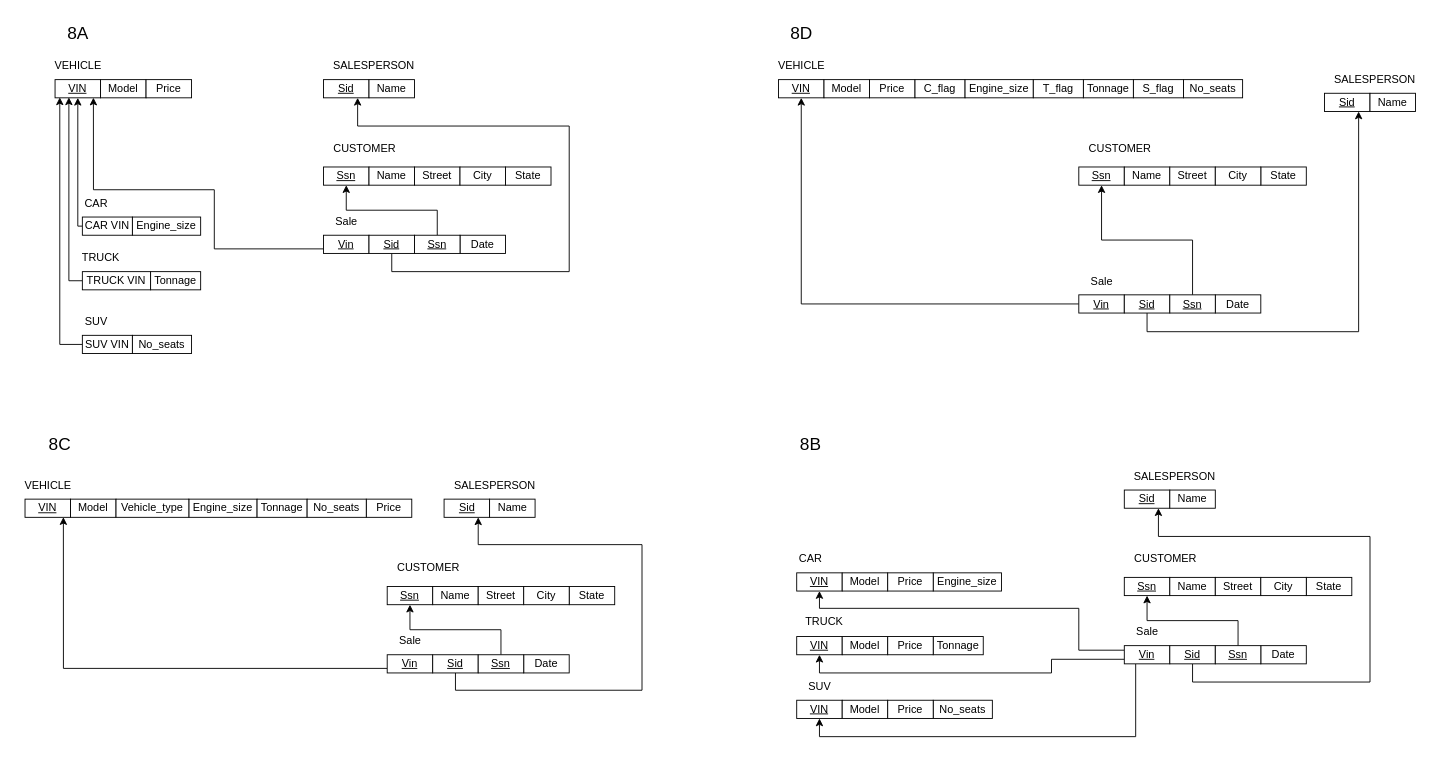
shivamdesai04/ENSF300 keeps this draw.io diagram as assignment3/Question2.drawio. Above is the earlier version. Source tidied: cells renumbered, new cells numbered last; positions are measured from the earlier drawing's top-left corner, leaving out a move shared by most shapes. Both pictures are drawn from the tidied source at 91%, with x=0, y=0 at pixel (15, 15).
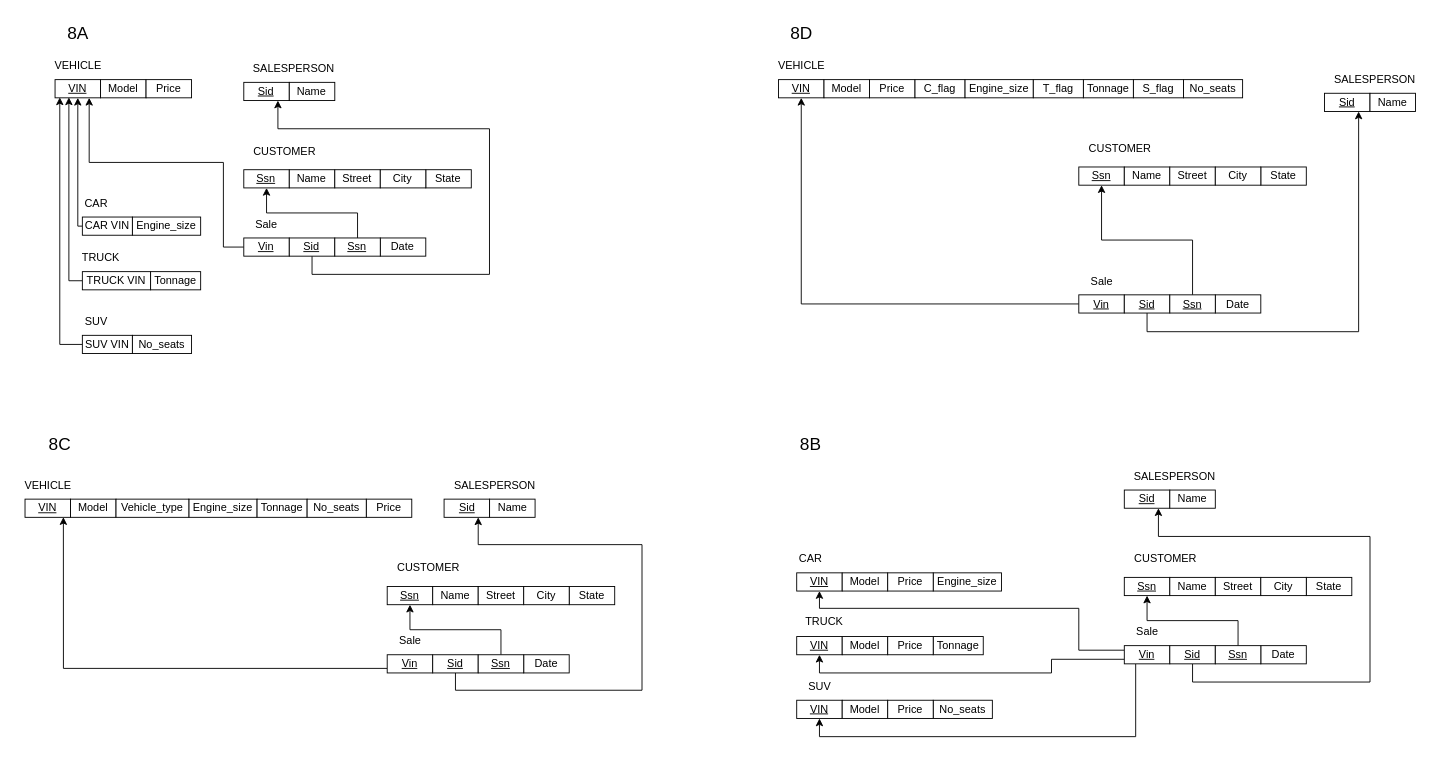
Above is the later version.

Unchanged cells that the change refers to:
```xml
<mxCell id="3" value="&lt;u&gt;VIN&lt;/u&gt;" style="whiteSpace=wrap;html=1;" parent="1" vertex="1">
  <mxGeometry x="43" y="70" width="50" height="20" as="geometry" />
</mxCell>
```

Change to the diagram source:
```diff
@@
     <mxCell id="6" value="&lt;u&gt;Sid&lt;/u&gt;" style="whiteSpace=wrap;html=1;" parent="1" vertex="1">
-      <mxGeometry x="338" y="70" width="50" height="20" as="geometry" />
+      <mxGeometry x="250.4" y="73" width="50" height="20" as="geometry" />
     </mxCell>
     <mxCell id="7" value="SALESPERSON" style="text;html=1;align=center;verticalAlign=middle;strokeColor=none;fillColor=none;" parent="1" vertex="1">
-      <mxGeometry x="338" y="40" width="110" height="30" as="geometry" />
+      <mxGeometry x="250.4" y="43" width="110" height="30" as="geometry" />
     </mxCell>
     <mxCell id="8" value="Name" style="whiteSpace=wrap;html=1;" parent="1" vertex="1">
-      <mxGeometry x="388" y="70" width="50" height="20" as="geometry" />
+      <mxGeometry x="300.4" y="73" width="50" height="20" as="geometry" />
     </mxCell>
@@
     <mxCell id="21" value="Date" style="whiteSpace=wrap;html=1;" parent="1" vertex="1">
-      <mxGeometry x="488" y="241" width="50" height="20" as="geometry" />
+      <mxGeometry x="400.4" y="244" width="50" height="20" as="geometry" />
     </mxCell>
     <mxCell id="22" value="CUSTOMER" style="text;html=1;align=center;verticalAlign=middle;strokeColor=none;fillColor=none;" parent="1" vertex="1">
-      <mxGeometry x="338" y="131" width="90" height="30" as="geometry" />
+      <mxGeometry x="250.4" y="134" width="90" height="30" as="geometry" />
     </mxCell>
     <mxCell id="23" value="&lt;u&gt;Ssn&lt;/u&gt;" style="whiteSpace=wrap;html=1;" parent="1" vertex="1">
-      <mxGeometry x="338" y="166" width="50" height="20" as="geometry" />
+      <mxGeometry x="250.4" y="169" width="50" height="20" as="geometry" />
     </mxCell>
     <mxCell id="24" value="Name" style="whiteSpace=wrap;html=1;" parent="1" vertex="1">
-      <mxGeometry x="388" y="166" width="50" height="20" as="geometry" />
+      <mxGeometry x="300.4" y="169" width="50" height="20" as="geometry" />
     </mxCell>
     <mxCell id="25" value="State" style="whiteSpace=wrap;html=1;" parent="1" vertex="1">
-      <mxGeometry x="538" y="166" width="50" height="20" as="geometry" />
+      <mxGeometry x="450.4" y="169" width="50" height="20" as="geometry" />
     </mxCell>
     <mxCell id="26" value="Street" style="whiteSpace=wrap;html=1;" parent="1" vertex="1">
-      <mxGeometry x="438" y="166" width="50" height="20" as="geometry" />
+      <mxGeometry x="350.4" y="169" width="50" height="20" as="geometry" />
     </mxCell>
     <mxCell id="27" value="City" style="whiteSpace=wrap;html=1;" parent="1" vertex="1">
-      <mxGeometry x="488" y="166" width="50" height="20" as="geometry" />
+      <mxGeometry x="400.4" y="169" width="50" height="20" as="geometry" />
     </mxCell>
     <mxCell id="28" value="Sale" style="text;html=1;align=center;verticalAlign=middle;strokeColor=none;fillColor=none;" parent="1" vertex="1">
-      <mxGeometry x="338" y="211" width="50" height="30" as="geometry" />
+      <mxGeometry x="250.4" y="214" width="50" height="30" as="geometry" />
     </mxCell>
-    <mxCell id="29" style="edgeStyle=orthogonalEdgeStyle;rounded=0;jettySize=auto;html=1;exitX=0;exitY=0.75;exitDx=0;exitDy=0;entryX=0.843;entryY=0.989;entryDx=0;entryDy=0;entryPerimeter=0;" parent="1" edge="1" source="30" target="3">
+    <mxCell id="29" style="edgeStyle=orthogonalEdgeStyle;rounded=0;jettySize=auto;html=1;exitX=0;exitY=0.5;exitDx=0;exitDy=0;entryX=0.75;entryY=1;entryDx=0;entryDy=0;" parent="1" edge="1" source="30" target="3">
       <mxGeometry relative="1" as="geometry">
         <Array as="points">
-          <mxPoint x="218" y="256" />
-          <mxPoint x="218" y="191" />
-          <mxPoint x="85" y="191" />
+          <mxPoint x="228" y="254" />
+          <mxPoint x="228" y="161" />
+          <mxPoint x="80" y="161" />
         </Array>
       </mxGeometry>
     </mxCell>
     <mxCell id="30" value="&lt;u&gt;Vin&lt;/u&gt;" style="whiteSpace=wrap;html=1;" parent="1" vertex="1">
-      <mxGeometry x="338" y="241" width="50" height="20" as="geometry" />
+      <mxGeometry x="250.4" y="244" width="50" height="20" as="geometry" />
     </mxCell>
     <mxCell id="31" style="edgeStyle=orthogonalEdgeStyle;rounded=0;jettySize=auto;html=1;exitX=0.5;exitY=1;exitDx=0;exitDy=0;entryX=0.75;entryY=1;entryDx=0;entryDy=0;" parent="1" edge="1" source="32" target="6">
       <mxGeometry relative="1" as="geometry">
         <Array as="points">
-          <mxPoint x="413" y="281" />
-          <mxPoint x="608" y="281" />
-          <mxPoint x="608" y="121" />
-          <mxPoint x="376" y="121" />
+          <mxPoint x="325.4" y="284" />
+          <mxPoint x="520.4" y="284" />
+          <mxPoint x="520.4" y="124" />
+          <mxPoint x="288.4" y="124" />
         </Array>
       </mxGeometry>
     </mxCell>
     <mxCell id="32" value="&lt;u&gt;Sid&lt;/u&gt;" style="whiteSpace=wrap;html=1;" parent="1" vertex="1">
-      <mxGeometry x="388" y="241" width="50" height="20" as="geometry" />
+      <mxGeometry x="300.4" y="244" width="50" height="20" as="geometry" />
     </mxCell>
@@
     <mxCell id="34" value="&lt;u&gt;Ssn&lt;/u&gt;" style="whiteSpace=wrap;html=1;" parent="1" vertex="1">
-      <mxGeometry x="438" y="241" width="50" height="20" as="geometry" />
+      <mxGeometry x="350.4" y="244" width="50" height="20" as="geometry" />
     </mxCell>
```
